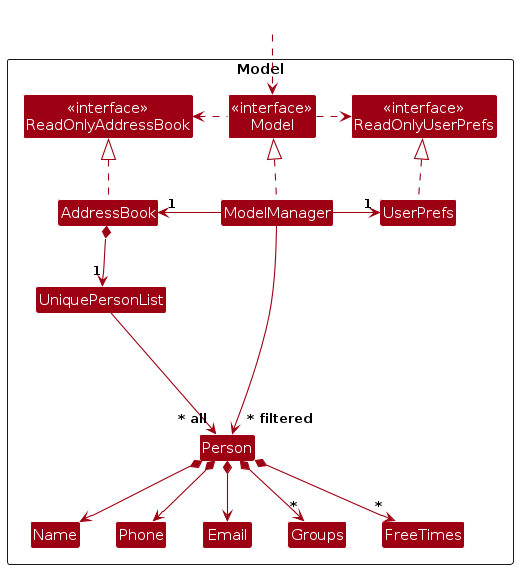
AY2324S1-CS2103T-T10-3/tp keeps this PlantUML diagram as diagrams/ModelClassDiagram.png. Above is the earlier version. Its source is kept beside it as diagrams/ModelClassDiagram.puml. Source of this version:
```plantuml
@startuml
!include style.puml
skinparam arrowThickness 1.1
skinparam arrowColor MODEL_COLOR
skinparam classBackgroundColor MODEL_COLOR

Package Model as ModelPackage <<Rectangle>>{
Class "<<interface>>\nReadOnlyAddressBook" as ReadOnlyAddressBook
Class "<<interface>>\nReadOnlyUserPrefs" as ReadOnlyUserPrefs
Class "<<interface>>\nModel" as Model
Class AddressBook
Class ModelManager
Class UserPrefs

Class UniquePersonList
Class Person
Class Email
Class Groups
Class Name
Class Phone
Class FreeTimes

Class I #FFFFFF
}

Class HiddenOutside #FFFFFF
HiddenOutside ..> Model

AddressBook .up.|> ReadOnlyAddressBook

ModelManager .up.|> Model
Model .right.> ReadOnlyUserPrefs
Model .left.> ReadOnlyAddressBook
ModelManager -left-> "1" AddressBook
ModelManager -right-> "1" UserPrefs
UserPrefs .up.|> ReadOnlyUserPrefs

AddressBook *--> "1" UniquePersonList
UniquePersonList --> "~* all" Person
Person *--> Name
Person *--> Phone
Person *--> "*" Groups
Person *--> Email
Person *--> "*" FreeTimes

Person -[hidden]up--> I
UniquePersonList -[hidden]right-> I

Name -[hidden]right-> Phone
Phone -[hidden]right-> Email
Email -[hidden]right-> Groups

ModelManager --> "~* filtered" Person
@enduml
```
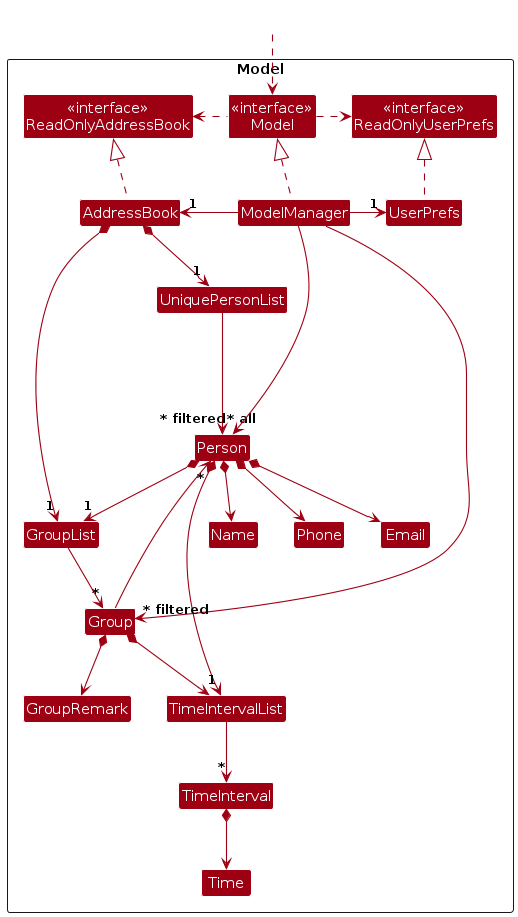
Later version of the same file.

Diff of the diagram source:
```diff
@@ -15,11 +15,14 @@
 Class UniquePersonList
 Class Person
 Class Email
-Class Groups
+Class Group
 Class Name
 Class Phone
-Class FreeTimes
-
+Class GroupList
+class TimeIntervalList
+class TimeInterval
+class Time
+class GroupRemark
 Class I #FFFFFF
 }
 
@@ -37,18 +40,33 @@
 
 AddressBook *--> "1" UniquePersonList
 UniquePersonList --> "~* all" Person
+
+AddressBook *--> "1" GroupList
+GroupList --> "*" Group
+
 Person *--> Name
 Person *--> Phone
-Person *--> "*" Groups
+Person *--> "1" GroupList
 Person *--> Email
-Person *--> "*" FreeTimes
+Person *--> "1" TimeIntervalList
+
+Group *--> TimeIntervalList
+Group -->"*" Person
+Group *--> GroupRemark
+
+TimeIntervalList --> "*" TimeInterval
+TimeInterval *--> Time
 
 Person -[hidden]up--> I
 UniquePersonList -[hidden]right-> I
 
 Name -[hidden]right-> Phone
 Phone -[hidden]right-> Email
-Email -[hidden]right-> Groups
+
+
 
 ModelManager --> "~* filtered" Person
+ModelManager --> "~* filtered" Group
+
+
 @enduml
```
